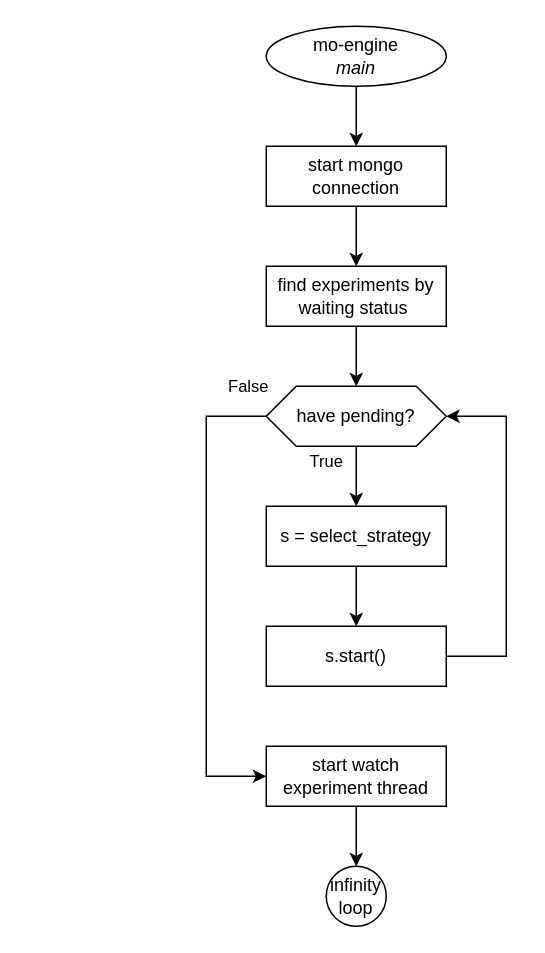
Above: page "Página-6" (6 of 6) of docs/diagrams/diagrams.drawio in JunioCesarFerreira/simlab (draw.io), before the change. Source tidied: cells renumbered, new cells numbered last; positions are measured from the earlier drawing's top-left corner, leaving out a move shared by most shapes. Both pictures are drawn from the tidied source at 150%, with x=0, y=0 at pixel (206, 26).
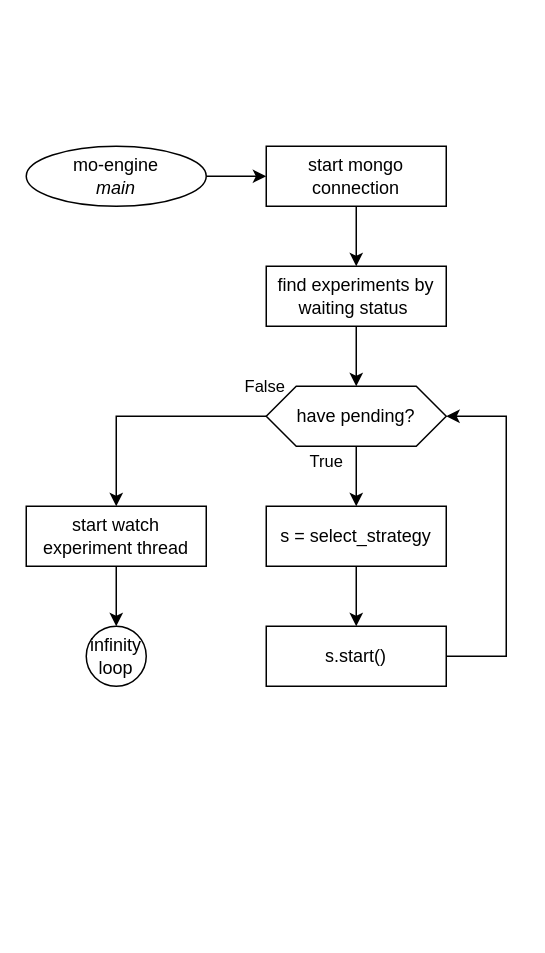
After the change.

The change refers to these unchanged cells:
```xml
<mxCell id="5" value="start mongo connection" style="rounded=0;whiteSpace=wrap;html=1;" parent="1" vertex="1">
  <mxGeometry x="40" y="80" width="120" height="40" as="geometry" />
</mxCell>
<mxCell id="10" value="have pending?" style="shape=hexagon;perimeter=hexagonPerimeter2;whiteSpace=wrap;html=1;fixedSize=1;" parent="1" vertex="1">
  <mxGeometry x="40" y="240" width="120" height="40" as="geometry" />
</mxCell>
```

Change to the diagram source:
```diff
@@
-    <mxCell id="2" style="edgeStyle=orthogonalEdgeStyle;curved=1;rounded=0;jettySize=auto;html=1;exitX=0.5;exitY=1;exitDx=0;exitDy=0;entryX=0.5;entryY=0;entryDx=0;entryDy=0;startArrow=none;startFill=0;endArrow=classic;endFill=1;" parent="1" edge="1" source="3" target="5">
+    <mxCell id="2" style="edgeStyle=orthogonalEdgeStyle;rounded=0;jettySize=auto;html=1;exitX=1;exitY=0.5;exitDx=0;exitDy=0;entryX=0;entryY=0.5;entryDx=0;entryDy=0;startArrow=none;startFill=0;endArrow=classic;endFill=1;" parent="1" edge="1" source="3" target="5">
       <mxGeometry relative="1" as="geometry" />
     </mxCell>
     <mxCell id="3" value="mo-engine&lt;br&gt;&lt;i&gt;main&lt;/i&gt;" style="ellipse;whiteSpace=wrap;html=1;" parent="1" vertex="1">
-      <mxGeometry x="40" width="120" height="40" as="geometry" />
+      <mxGeometry x="-120" y="80" width="120" height="40" as="geometry" />
     </mxCell>
@@
-    <mxCell id="9" value="False" style="edgeStyle=orthogonalEdgeStyle;rounded=0;jettySize=auto;html=1;exitX=0;exitY=0.5;exitDx=0;exitDy=0;entryX=0;entryY=0.5;entryDx=0;entryDy=0;startArrow=none;startFill=0;endArrow=classic;endFill=1;" parent="1" edge="1" source="10" target="12">
+    <mxCell id="9" value="False" style="edgeStyle=orthogonalEdgeStyle;rounded=0;jettySize=auto;html=1;exitX=0;exitY=0.5;exitDx=0;exitDy=0;entryX=0.5;entryY=0;entryDx=0;entryDy=0;startArrow=none;startFill=0;endArrow=classic;endFill=1;" parent="1" edge="1" source="10" target="12">
       <mxGeometry x="-0.86" y="-10" relative="1" as="geometry">
         <Array as="points">
-          <mxPoint y="260" />
-          <mxPoint y="500" />
+          <mxPoint x="-60" y="260" />
         </Array>
         <mxPoint x="10" y="-10" as="offset" />
       </mxGeometry>
     </mxCell>
@@
     <mxCell id="12" value="start watch experiment thread" style="rounded=0;whiteSpace=wrap;html=1;" parent="1" vertex="1">
-      <mxGeometry x="40" y="480" width="120" height="40" as="geometry" />
+      <mxGeometry x="-120" y="320" width="120" height="40" as="geometry" />
     </mxCell>
     <mxCell id="13" value="infinity&lt;br&gt;loop" style="ellipse;whiteSpace=wrap;html=1;" parent="1" vertex="1">
-      <mxGeometry x="80" y="560" width="40" height="40" as="geometry" />
+      <mxGeometry x="-80" y="400" width="40" height="40" as="geometry" />
     </mxCell>
```
